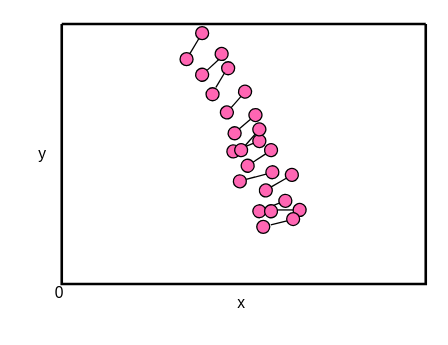
The draw.io diagram 哑铃分布t=0.2.drawio in mauhin/auto, before the edit. Source tidied: cells renumbered, new cells numbered last; positions are measured from the earlier drawing's top-left corner, leaving out a move shared by most shapes. Both pictures are drawn from the tidied source at 130%, with x=0, y=0 at pixel (22, 23).
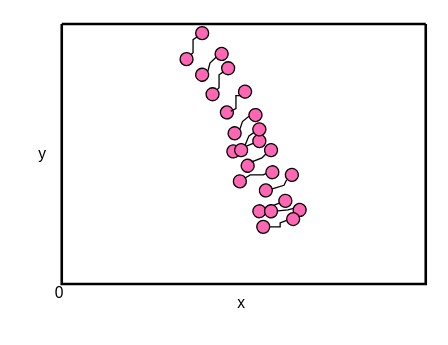
The same page after the edit.

Commit message:
更新哑铃分布t=0.2.drawio

The change refers to these unchanged cells:
```xml
<mxCell id="3" style="group;rotation=40;" parent="2" vertex="1">
<mxCell id="4" style="ellipse;whiteSpace=wrap;html=1;fillColor=#FF66B3;rotation=40;" parent="3" vertex="1">
<mxCell id="5" style="ellipse;whiteSpace=wrap;html=1;fillColor=#FF66B3;rotation=40;" parent="3" vertex="1">
<mxCell id="11" style="group;rotation=20;" parent="2" vertex="1">
<mxCell id="12" style="ellipse;whiteSpace=wrap;html=1;fillColor=#FF66B3;rotation=20;" parent="11" vertex="1">
<mxCell id="13" style="ellipse;whiteSpace=wrap;html=1;fillColor=#FF66B3;rotation=20;" parent="11" vertex="1">
<mxCell id="15" style="group;rotation=15;" parent="11" vertex="1">
<mxCell id="16" style="ellipse;whiteSpace=wrap;html=1;fillColor=#FF66B3;rotation=15;" parent="15" vertex="1">
<mxCell id="17" style="ellipse;whiteSpace=wrap;html=1;fillColor=#FF66B3;rotation=15;" parent="15" vertex="1">
<mxCell id="19" style="group;rotation=90;" parent="2" vertex="1">
<mxCell id="21" style="ellipse;whiteSpace=wrap;html=1;fillColor=#FF66B3;rotation=0;" parent="19" vertex="1">
<mxCell id="23" style="group;rotation=105;" parent="2" vertex="1">
<mxCell id="24" style="ellipse;whiteSpace=wrap;html=1;fillColor=#FF66B3;rotation=15;" parent="23" vertex="1">
<mxCell id="25" style="ellipse;whiteSpace=wrap;html=1;fillColor=#FF66B3;rotation=15;" parent="23" vertex="1">
<mxCell id="27" style="group;rotation=15;" parent="1" vertex="1">
<mxCell id="28" style="ellipse;whiteSpace=wrap;html=1;fillColor=#FF66B3;rotation=15;" parent="27" vertex="1">
<mxCell id="29" style="ellipse;whiteSpace=wrap;html=1;fillColor=#FF66B3;rotation=15;" parent="27" vertex="1">
<mxCell id="31" style="group;rotation=30;" parent="1" vertex="1">
<mxCell id="32" style="ellipse;whiteSpace=wrap;html=1;fillColor=#FF66B3;rotation=30;" parent="31" vertex="1">
<mxCell id="33" style="ellipse;whiteSpace=wrap;html=1;fillColor=#FF66B3;rotation=30;" parent="31" vertex="1">
<mxCell id="39" style="group;rotation=60;" parent="35" vertex="1">
<mxCell id="40" style="ellipse;whiteSpace=wrap;html=1;fillColor=#FF66B3;rotation=60;" parent="39" vertex="1">
<mxCell id="41" style="ellipse;whiteSpace=wrap;html=1;fillColor=#FF66B3;rotation=60;" parent="39" vertex="1">
<mxCell id="43" style="group;rotation=135;" parent="39" vertex="1">
<mxCell id="44" style="ellipse;whiteSpace=wrap;html=1;fillColor=#FF66B3;rotation=45;" parent="43" vertex="1">
<mxCell id="45" style="ellipse;whiteSpace=wrap;html=1;fillColor=#FF66B3;rotation=45;" parent="43" vertex="1">
<mxCell id="47" style="group;rotation=120;" parent="35" vertex="1">
<mxCell id="48" style="ellipse;whiteSpace=wrap;html=1;fillColor=#FF66B3;rotation=30;" parent="47" vertex="1">
<mxCell id="49" style="ellipse;whiteSpace=wrap;html=1;fillColor=#FF66B3;rotation=30;" parent="47" vertex="1">
<mxCell id="51" style="group;rotation=90;" parent="1" vertex="1">
<mxCell id="52" style="ellipse;whiteSpace=wrap;html=1;fillColor=#FF66B3;rotation=0;" parent="51" vertex="1">
<mxCell id="53" style="ellipse;whiteSpace=wrap;html=1;fillColor=#FF66B3;rotation=0;" parent="51" vertex="1">
```

The edit, as a diff of the source:
```diff
@@
-    <mxCell id="6" style="endArrow=none;html=1;rounded=0;startArrow=none;" parent="3" edge="1" source="5" target="4">
-      <mxGeometry relative="1" as="geometry" />
-    </mxCell>
@@
-    <mxCell id="14" style="endArrow=none;html=1;rounded=0;startArrow=none;" parent="11" edge="1" source="13" target="12">
-      <mxGeometry relative="1" as="geometry" />
-    </mxCell>
@@
-    <mxCell id="18" style="endArrow=none;html=1;rounded=0;startArrow=none;" parent="15" edge="1" source="17" target="16">
-      <mxGeometry relative="1" as="geometry" />
-    </mxCell>
@@
-    <mxCell id="22" style="endArrow=none;html=1;rounded=0;startArrow=none;" parent="19" edge="1">
-      <mxGeometry relative="1" as="geometry">
-        <mxPoint x="6.6" y="19.7" as="sourcePoint" />
-        <mxPoint x="13.4" y="8.3" as="targetPoint" />
-      </mxGeometry>
-    </mxCell>
@@
-    <mxCell id="26" style="endArrow=none;html=1;rounded=0;startArrow=none;" parent="23" edge="1" source="25">
-      <mxGeometry relative="1" as="geometry">
-        <mxPoint x="72" y="26" as="targetPoint" />
-      </mxGeometry>
-    </mxCell>
+    <mxCell id="58" style="endArrow=none;html=1;rounded=0;startArrow=none;exitX=1;exitY=0;exitDx=0;exitDy=0;entryX=0;entryY=1;entryDx=0;entryDy=0;" parent="23" edge="1" source="25" target="24">
+      <mxGeometry relative="1" as="geometry">
+        <Array as="points">
+          <mxPoint x="65" y="29" />
+        </Array>
+      </mxGeometry>
+    </mxCell>
@@
-    <mxCell id="30" style="endArrow=none;html=1;rounded=0;startArrow=none;" parent="27" edge="1" source="29" target="28">
-      <mxGeometry relative="1" as="geometry" />
+    <mxCell id="30" style="endArrow=none;html=1;rounded=0;startArrow=none;entryX=0;entryY=1;entryDx=0;entryDy=0;exitX=0.697;exitY=0.046;exitDx=0;exitDy=0;exitPerimeter=0;" parent="27" edge="1" source="29" target="28">
+      <mxGeometry relative="1" as="geometry">
+        <Array as="points">
+          <mxPoint x="9" y="12" />
+        </Array>
+      </mxGeometry>
     </mxCell>
@@
-    <mxCell id="34" style="endArrow=none;html=1;rounded=0;startArrow=none;" parent="31" edge="1" source="33" target="32">
-      <mxGeometry relative="1" as="geometry" />
-    </mxCell>
@@
-    <mxCell id="42" style="endArrow=none;html=1;rounded=0;startArrow=none;" parent="39" edge="1">
-      <mxGeometry relative="1" as="geometry">
-        <mxPoint x="31" y="15" as="sourcePoint" />
-        <mxPoint x="43" y="15" as="targetPoint" />
-      </mxGeometry>
-    </mxCell>
@@
-    <mxCell id="46" style="endArrow=none;html=1;rounded=0;startArrow=none;" parent="43" edge="1" target="44">
-      <mxGeometry relative="1" as="geometry">
-        <mxPoint x="36.8" y="16.5" as="sourcePoint" />
-      </mxGeometry>
-    </mxCell>
+    <mxCell id="59" style="endArrow=none;html=1;rounded=0;startArrow=none;entryX=0;entryY=1;entryDx=0;entryDy=0;exitX=0.746;exitY=0.026;exitDx=0;exitDy=0;exitPerimeter=0;" parent="39" edge="1" source="41" target="40">
+      <mxGeometry relative="1" as="geometry">
+        <Array as="points">
+          <mxPoint x="39" y="15" />
+        </Array>
+      </mxGeometry>
+    </mxCell>
@@
+    <mxCell id="60" style="endArrow=none;html=1;rounded=0;startArrow=none;exitX=0.631;exitY=0.081;exitDx=0;exitDy=0;exitPerimeter=0;" parent="47" edge="1" source="5">
+      <mxGeometry relative="1" as="geometry">
+        <mxPoint y="8" as="targetPoint" />
+        <Array as="points">
+          <mxPoint x="-12" y="9" />
+          <mxPoint x="-2" y="9" />
+        </Array>
+      </mxGeometry>
+    </mxCell>
-    <mxCell id="50" style="endArrow=none;html=1;rounded=0;startArrow=none;" parent="47" edge="1" source="49" target="48">
-      <mxGeometry relative="1" as="geometry" />
+    <mxCell id="50" style="endArrow=none;html=1;rounded=0;startArrow=none;entryX=0.343;entryY=1.028;entryDx=0;entryDy=0;entryPerimeter=0;exitX=1;exitY=0;exitDx=0;exitDy=0;" parent="47" edge="1" source="49" target="48">
+      <mxGeometry relative="1" as="geometry">
+        <Array as="points">
+          <mxPoint x="14" y="17" />
+        </Array>
+      </mxGeometry>
     </mxCell>
@@
-    <mxCell id="54" style="endArrow=none;html=1;rounded=0;startArrow=none;" parent="51" edge="1" source="53" target="52">
-      <mxGeometry relative="1" as="geometry" />
-    </mxCell>
@@
+    <mxCell id="61" style="endArrow=none;html=1;rounded=0;startArrow=none;exitX=1;exitY=0;exitDx=0;exitDy=0;" parent="1" edge="1" source="53">
+      <mxGeometry relative="1" as="geometry">
+        <mxPoint x="134" y="10" as="targetPoint" />
+        <Array as="points">
+          <mxPoint x="131" y="22" />
+          <mxPoint x="131" y="12" />
+        </Array>
+      </mxGeometry>
+    </mxCell>
+    <mxCell id="62" style="endArrow=none;html=1;rounded=0;startArrow=none;exitX=1;exitY=0;exitDx=0;exitDy=0;" parent="1" edge="1" source="21">
+      <mxGeometry relative="1" as="geometry">
+        <mxPoint x="154" y="37" as="targetPoint" />
+        <Array as="points">
+          <mxPoint x="151" y="49" />
+          <mxPoint x="151" y="39" />
+        </Array>
+      </mxGeometry>
+    </mxCell>
+    <mxCell id="63" style="endArrow=none;html=1;rounded=0;startArrow=none;exitX=0.764;exitY=0.326;exitDx=0;exitDy=0;exitPerimeter=0;" parent="1" edge="1" source="17">
+      <mxGeometry relative="1" as="geometry">
+        <mxPoint x="168" y="55" as="targetPoint" />
+        <Array as="points">
+          <mxPoint x="164" y="65" />
+          <mxPoint x="164" y="59" />
+          <mxPoint x="164" y="55" />
+          <mxPoint x="164" y="55" />
+        </Array>
+      </mxGeometry>
+    </mxCell>
+    <mxCell id="64" style="endArrow=none;html=1;rounded=0;startArrow=none;exitX=1;exitY=0;exitDx=0;exitDy=0;" parent="1" edge="1" source="45">
+      <mxGeometry relative="1" as="geometry">
+        <mxPoint x="203" y="151" as="targetPoint" />
+        <Array as="points">
+          <mxPoint x="198" y="156" />
+          <mxPoint x="198" y="153" />
+        </Array>
+      </mxGeometry>
+    </mxCell>
+    <mxCell id="65" style="endArrow=none;html=1;rounded=0;startArrow=none;exitX=1;exitY=0;exitDx=0;exitDy=0;entryX=0;entryY=1;entryDx=0;entryDy=0;" parent="1" edge="1">
+      <mxGeometry relative="1" as="geometry">
+        <mxPoint x="167" y="81" as="sourcePoint" />
+        <mxPoint x="174" y="71" as="targetPoint" />
+        <Array as="points">
+          <mxPoint x="169" y="75" />
+        </Array>
+      </mxGeometry>
+    </mxCell>
+    <mxCell id="66" style="endArrow=none;html=1;rounded=0;startArrow=none;" parent="1" edge="1">
+      <mxGeometry relative="1" as="geometry">
+        <mxPoint x="176" y="106" as="sourcePoint" />
+        <mxPoint x="187" y="100" as="targetPoint" />
+        <Array as="points">
+          <mxPoint x="184" y="103" />
+        </Array>
+      </mxGeometry>
+    </mxCell>
```
